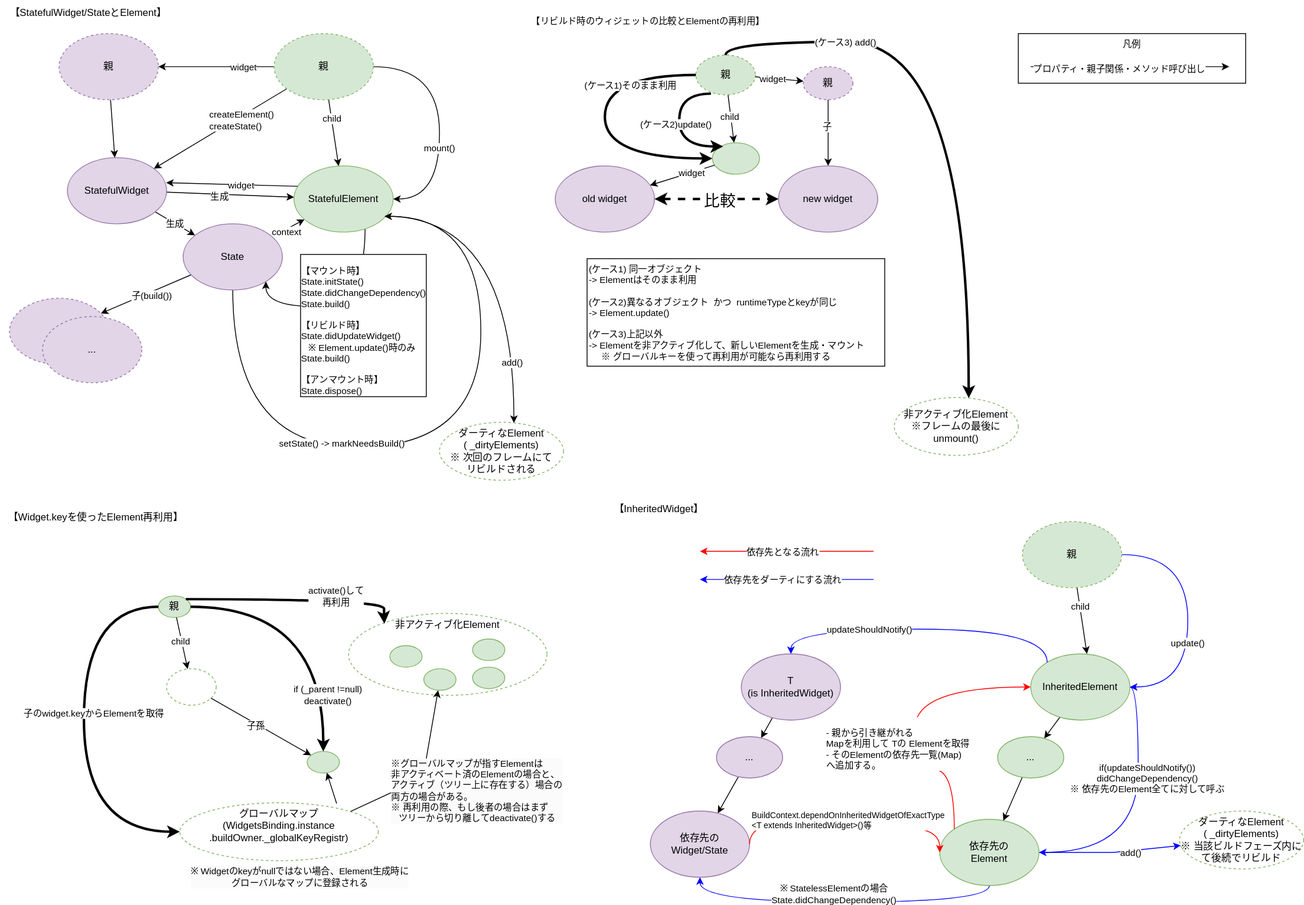
Above: flutter/svg/state_management/abst.svg in megur0/docs (draw.io), before the change. Source tidied: cells renumbered, new cells last; positions are measured from the earlier drawing's top-left corner, leaving out a move shared by most shapes.
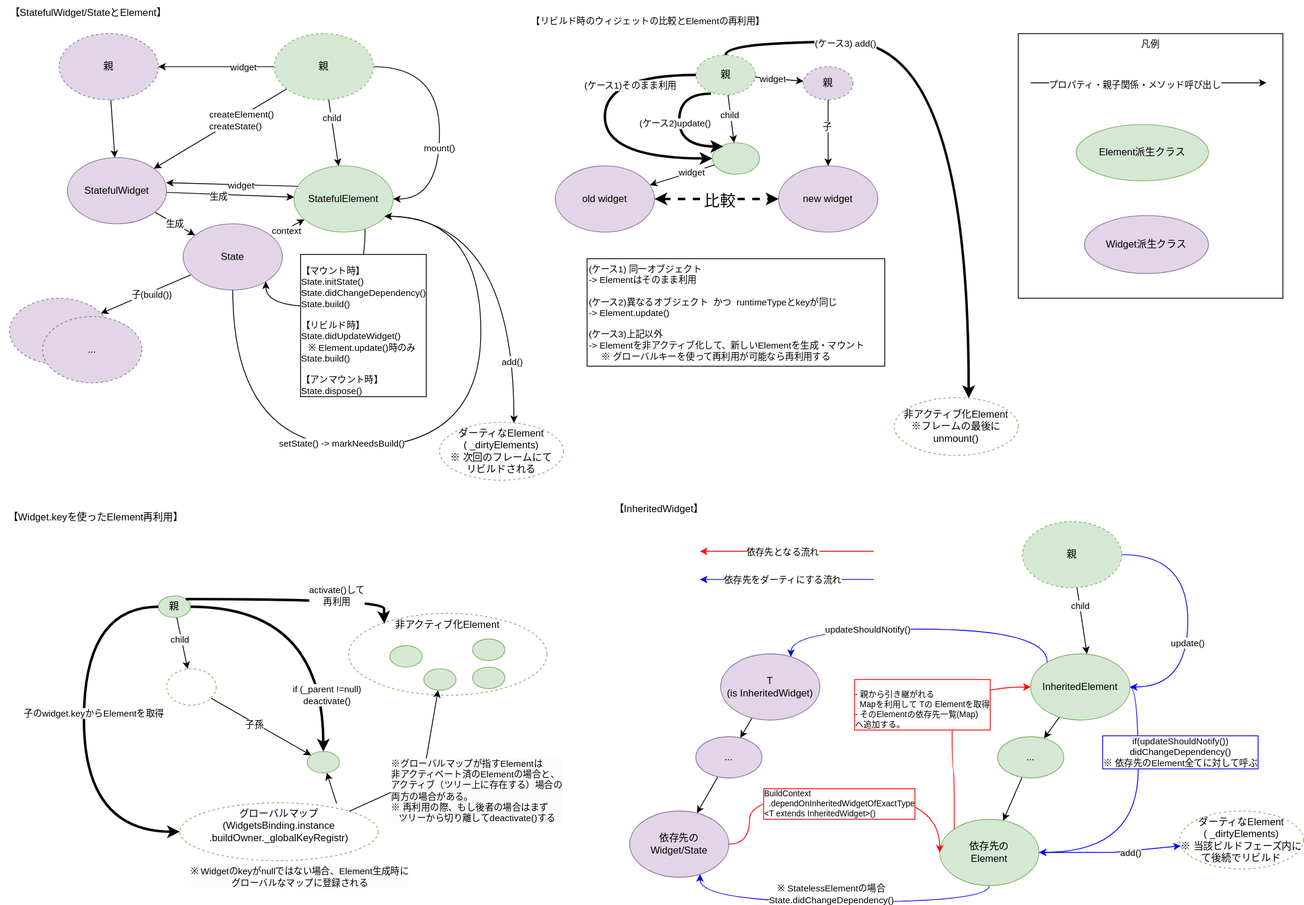
After the change.

The edit, as a diff of the source:
```diff
@@ -3,7 +3,7 @@
     <mxCell id="0" />
     <mxCell id="1" parent="0" />
     <mxCell id="2" value="凡例" style="rounded=0;whiteSpace=wrap;html=1;fontFamily=Helvetica;fontSize=11;fontColor=default;labelBackgroundColor=default;fillColor=none;verticalAlign=top;" parent="1" vertex="1">
-      <mxGeometry x="1231" y="40" width="275" height="60" as="geometry" />
+      <mxGeometry x="1231" y="40" width="320" height="320" as="geometry" />
     </mxCell>
     <mxCell id="3" value="非アクティブ化Element" style="ellipse;whiteSpace=wrap;html=1;fillColor=none;strokeColor=#82b366;dashed=1;verticalAlign=top;" parent="1" vertex="1">
       <mxGeometry x="421" y="741" width="240" height="99" as="geometry" />
@@ -309,7 +309,7 @@
       <mxGeometry relative="1" as="geometry" />
     </mxCell>
     <mxCell id="81" value="&lt;div&gt;T&lt;/div&gt;(is InheritedWidget)" style="ellipse;whiteSpace=wrap;html=1;fillColor=#e1d5e7;strokeColor=#9673a6;" parent="1" vertex="1">
-      <mxGeometry x="896" y="790" width="120" height="80" as="geometry" />
+      <mxGeometry x="871" y="790" width="120" height="80" as="geometry" />
     </mxCell>
     <mxCell id="82" style="edgeStyle=none;rounded=0;jettySize=auto;html=1;strokeColor=#0000FF;align=center;verticalAlign=middle;fontFamily=Helvetica;fontSize=11;fontColor=default;labelBackgroundColor=default;endArrow=classic;" parent="1" edge="1" source="98" target="99">
       <mxGeometry relative="1" as="geometry">
@@ -334,9 +334,9 @@
         </Array>
       </mxGeometry>
     </mxCell>
-    <mxCell id="86" value="&lt;div&gt;if(updateShouldNotify())&lt;/div&gt;&lt;div&gt;didChangeDependency()&lt;/div&gt;&lt;div&gt;※ 依存先のElement全てに対して呼ぶ&lt;/div&gt;" style="edgeLabel;html=1;align=center;verticalAlign=middle;fontFamily=Helvetica;fontSize=11;fontColor=default;labelBackgroundColor=default;" parent="85" vertex="1">
+    <mxCell id="86" value="&lt;div&gt;if(updateShouldNotify())&lt;/div&gt;&lt;div&gt;didChangeDependency()&lt;/div&gt;&lt;div&gt;※ 依存先のElement全てに対して呼ぶ&lt;/div&gt;" style="edgeLabel;html=1;align=center;verticalAlign=middle;fontFamily=Helvetica;fontSize=11;fontColor=default;labelBackgroundColor=default;labelBorderColor=#0000FF;" parent="85" vertex="1">
       <mxGeometry x="-0.23" y="-17" relative="1" as="geometry">
-        <mxPoint x="27" y="-6" as="offset" />
+        <mxPoint x="67" y="-38" as="offset" />
       </mxGeometry>
     </mxCell>
     <mxCell id="87" style="edgeStyle=orthogonalEdgeStyle;rounded=0;jettySize=auto;html=1;strokeColor=#0000FF;align=center;verticalAlign=middle;fontFamily=Helvetica;fontSize=11;fontColor=default;labelBackgroundColor=default;endArrow=classic;curved=1;" parent="1" edge="1" source="98" target="92">
@@ -359,10 +359,10 @@
       <mxGeometry relative="1" as="geometry" />
     </mxCell>
     <mxCell id="91" value="..." style="ellipse;whiteSpace=wrap;html=1;fillColor=#e1d5e7;strokeColor=#9673a6;" parent="1" vertex="1">
-      <mxGeometry x="866" y="890" width="80" height="50" as="geometry" />
+      <mxGeometry x="841" y="890" width="80" height="50" as="geometry" />
     </mxCell>
     <mxCell id="92" value="依存先の&lt;div&gt;Widget/State&lt;/div&gt;" style="ellipse;whiteSpace=wrap;html=1;fillColor=#e1d5e7;strokeColor=#9673a6;" parent="1" vertex="1">
-      <mxGeometry x="786" y="980" width="120" height="80" as="geometry" />
+      <mxGeometry x="761" y="980" width="120" height="80" as="geometry" />
     </mxCell>
     <mxCell id="93" style="rounded=0;jettySize=auto;html=1;" parent="1" edge="1" source="97">
       <mxGeometry relative="1" as="geometry">
@@ -417,10 +417,10 @@
         <mxPoint x="-26" as="offset" />
       </mxGeometry>
     </mxCell>
-    <mxCell id="106" style="rounded=0;orthogonalLoop=1;jettySize=auto;html=1;strokeColor=default;" parent="1" edge="1">
+    <mxCell id="106" style="rounded=0;orthogonalLoop=1;jettySize=auto;html=1;strokeColor=default;entryX=0.938;entryY=0.125;entryDx=0;entryDy=0;entryPerimeter=0;" parent="1" edge="1">
       <mxGeometry relative="1" as="geometry">
-        <mxPoint x="1246" y="80" as="sourcePoint" />
-        <mxPoint x="1486" y="80" as="targetPoint" />
+        <mxPoint x="1246" y="99.5" as="sourcePoint" />
+        <mxPoint x="1531.2" y="99.5" as="targetPoint" />
       </mxGeometry>
     </mxCell>
     <mxCell id="107" value="プロパティ・親子関係・メソッド呼び出し" style="edgeLabel;html=1;align=center;verticalAlign=middle;fontFamily=Helvetica;fontSize=11;fontColor=default;labelBackgroundColor=default;" parent="106" vertex="1">
@@ -445,30 +445,29 @@
     <mxCell id="111" style="edgeStyle=orthogonalEdgeStyle;rounded=0;jettySize=auto;html=1;strokeColor=#FF0000;align=center;verticalAlign=middle;fontFamily=Helvetica;fontSize=11;fontColor=default;labelBackgroundColor=default;endArrow=classic;curved=1;entryX=0;entryY=0.5;entryDx=0;entryDy=0;exitX=1;exitY=0.5;exitDx=0;exitDy=0;" parent="1" edge="1" source="92" target="98">
       <mxGeometry relative="1" as="geometry">
         <Array as="points">
-          <mxPoint x="906" y="990" />
-          <mxPoint x="1046" y="990" />
-          <mxPoint x="1046" y="1000" />
-          <mxPoint x="1136" y="1000" />
+          <mxPoint x="906" y="1020" />
+          <mxPoint x="906" y="960" />
+          <mxPoint x="1136" y="960" />
         </Array>
       </mxGeometry>
     </mxCell>
-    <mxCell id="112" value="BuildContext.dependOnInheritedWidgetOfExactType&lt;div style=&quot;font-size: 10px;&quot;&gt;&amp;lt;T extends InheritedWidget&amp;gt;()等&lt;/div&gt;" style="edgeLabel;html=1;align=left;verticalAlign=middle;fontFamily=Helvetica;fontSize=10;fontColor=default;labelBackgroundColor=default;" parent="111" vertex="1">
+    <mxCell id="112" value="BuildContext&lt;div&gt;&amp;nbsp; .dependOnInheritedWidgetOfExactType&lt;div style=&quot;font-size: 10px;&quot;&gt;&amp;lt;T extends InheritedWidget&amp;gt;()&lt;/div&gt;&lt;/div&gt;" style="edgeLabel;html=1;align=left;verticalAlign=middle;fontFamily=Helvetica;fontSize=10;fontColor=default;labelBackgroundColor=default;labelBorderColor=#FF0000;" parent="111" vertex="1">
       <mxGeometry x="-0.34" y="-1" relative="1" as="geometry">
-        <mxPoint x="-69" y="-1" as="offset" />
+        <mxPoint x="-27" y="9" as="offset" />
       </mxGeometry>
     </mxCell>
     <mxCell id="113" style="edgeStyle=orthogonalEdgeStyle;rounded=0;jettySize=auto;html=1;strokeColor=#FF0000;align=center;verticalAlign=middle;fontFamily=Helvetica;fontSize=11;fontColor=default;labelBackgroundColor=default;endArrow=classic;curved=1;exitX=0;exitY=0;exitDx=0;exitDy=0;" parent="1" edge="1" source="98" target="89">
       <mxGeometry relative="1" as="geometry">
         <Array as="points">
           <mxPoint x="1154" y="930" />
-          <mxPoint x="1106" y="930" />
-          <mxPoint x="1106" y="830" />
+          <mxPoint x="1151" y="930" />
+          <mxPoint x="1151" y="830" />
         </Array>
       </mxGeometry>
     </mxCell>
-    <mxCell id="114" value="&lt;div&gt;&lt;br&gt;&lt;/div&gt;&lt;div&gt;- 親から引き継がれる&lt;br&gt;&lt;/div&gt;&lt;div&gt;Mapを利用して Tの Elementを取得&lt;/div&gt;&lt;div&gt;- そのElementの依存先一覧(Map)&lt;/div&gt;&lt;div&gt;へ追加する。&lt;/div&gt;" style="edgeLabel;html=1;align=left;verticalAlign=middle;fontFamily=Helvetica;fontSize=11;fontColor=default;labelBackgroundColor=default;" parent="113" vertex="1">
+    <mxCell id="114" value="&lt;div style=&quot;font-size: 10px;&quot;&gt;&lt;br style=&quot;font-size: 10px;&quot;&gt;&lt;/div&gt;&lt;div style=&quot;font-size: 10px;&quot;&gt;- 親から引き継がれる&lt;br style=&quot;font-size: 10px;&quot;&gt;&lt;/div&gt;&lt;div style=&quot;font-size: 10px;&quot;&gt;&amp;nbsp; Mapを利用して Tの Elementを取得&lt;/div&gt;&lt;div style=&quot;font-size: 10px;&quot;&gt;- そのElementの依存先一覧(Map)&lt;/div&gt;&lt;div style=&quot;font-size: 10px;&quot;&gt;へ追加する。&lt;/div&gt;" style="edgeLabel;html=1;align=left;verticalAlign=middle;fontFamily=Helvetica;fontSize=10;fontColor=default;labelBackgroundColor=default;labelBorderColor=#FF0000;" parent="113" vertex="1">
       <mxGeometry x="0.45" y="-10" relative="1" as="geometry">
-        <mxPoint x="-152" y="58" as="offset" />
+        <mxPoint x="-142" y="10" as="offset" />
       </mxGeometry>
     </mxCell>
     <mxCell id="115" style="rounded=0;orthogonalLoop=1;jettySize=auto;html=1;strokeColor=#0000FF;align=center;verticalAlign=middle;fontFamily=Helvetica;fontSize=11;fontColor=default;labelBackgroundColor=default;endArrow=classic;" parent="1" edge="1">
@@ -493,5 +492,11 @@
         <mxPoint x="47" y="7" as="offset" />
       </mxGeometry>
     </mxCell>
+    <mxCell id="119" value="Element派生クラス" style="ellipse;whiteSpace=wrap;html=1;fillColor=#d5e8d4;strokeColor=#82b366;" parent="1" vertex="1">
+      <mxGeometry x="1301" y="150" width="160" height="68" as="geometry" />
+    </mxCell>
+    <mxCell id="120" value="Widget派生クラス" style="ellipse;whiteSpace=wrap;html=1;fillColor=#e1d5e7;strokeColor=#9673a6;" parent="1" vertex="1">
+      <mxGeometry x="1311" y="260" width="150" height="70" as="geometry" />
+    </mxCell>
   </root>
 </mxGraphModel>
```
